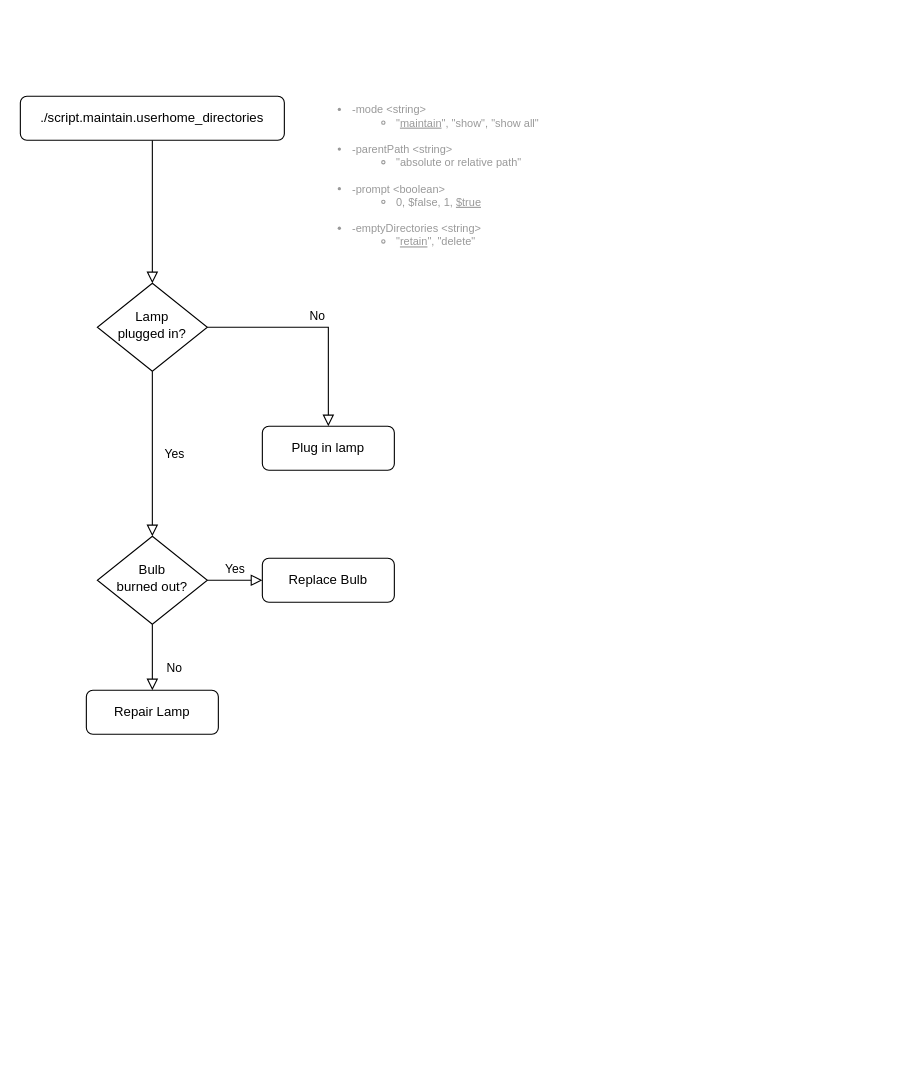
Above: maintain.userhome_directories/draw.maintain.userhome_directories.drawio in Turukmoorea/windows-scripts (draw.io), before the change. Source tidied: cells renumbered, new cells numbered last; positions are measured from the earlier drawing's top-left corner, leaving out a move shared by most shapes. Both pictures are drawn from the tidied source at 110%, with x=0, y=0 at pixel (20, 96).
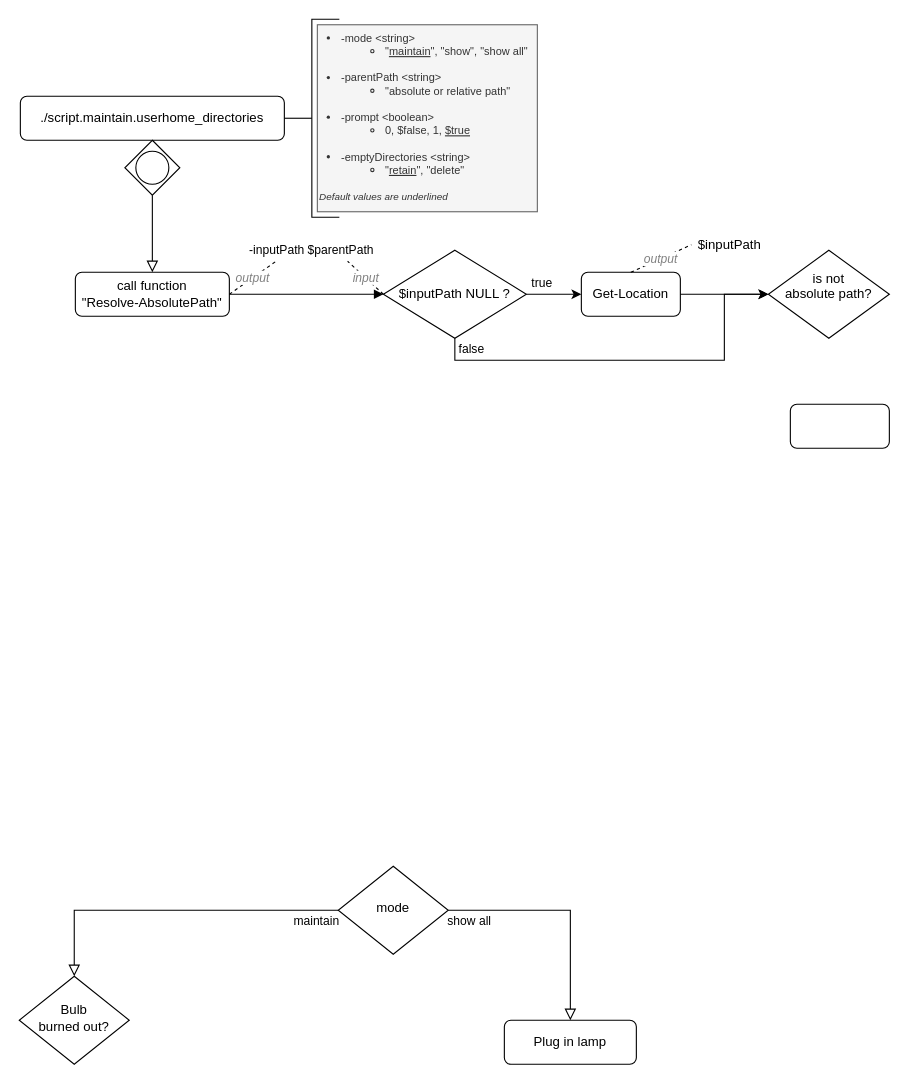
The same diagram, later.

The change refers to these unchanged cells:
```xml
<mxCell id="3" value="./script.maintain.userhome_directories" style="rounded=1;whiteSpace=wrap;html=1;fontSize=12;glass=0;strokeWidth=1;shadow=0;" parent="1" vertex="1">
  <mxGeometry width="240" height="40" as="geometry" />
</mxCell>
```

What changed in the source:
```diff
@@
-    <mxCell id="2" style="rounded=0;html=1;jettySize=auto;fontSize=11;endArrow=block;endFill=0;endSize=8;strokeWidth=1;shadow=0;labelBackgroundColor=none;edgeStyle=orthogonalEdgeStyle;" parent="1" edge="1" source="3" target="6">
+    <mxCell id="2" style="rounded=0;html=1;jettySize=auto;fontSize=11;endArrow=block;endFill=0;endSize=8;strokeWidth=1;shadow=0;labelBackgroundColor=none;edgeStyle=orthogonalEdgeStyle;exitX=0.5;exitY=1;exitDx=0;exitDy=0;exitPerimeter=0;entryX=0.5;entryY=0;entryDx=0;entryDy=0;" parent="1" edge="1" source="14" target="16">
       <mxGeometry relative="1" as="geometry" />
     </mxCell>
@@
-    <mxCell id="4" value="Yes" style="rounded=0;html=1;jettySize=auto;fontSize=11;endArrow=block;endFill=0;endSize=8;strokeWidth=1;shadow=0;labelBackgroundColor=none;edgeStyle=orthogonalEdgeStyle;" parent="1" edge="1" source="6" target="10">
-      <mxGeometry y="20" relative="1" as="geometry" />
+    <mxCell id="4" value="maintain" style="rounded=0;html=1;jettySize=auto;fontSize=11;endArrow=block;endFill=0;endSize=8;strokeWidth=1;shadow=0;labelBackgroundColor=none;edgeStyle=orthogonalEdgeStyle;" parent="1" edge="1" source="6" target="10">
+      <mxGeometry x="-0.87" y="10" relative="1" as="geometry" />
     </mxCell>
-    <mxCell id="5" value="No" style="edgeStyle=orthogonalEdgeStyle;rounded=0;html=1;jettySize=auto;fontSize=11;endArrow=block;endFill=0;endSize=8;strokeWidth=1;shadow=0;labelBackgroundColor=none;" parent="1" edge="1" source="6" target="7">
-      <mxGeometry y="10" relative="1" as="geometry" />
+    <mxCell id="5" value="show all" style="edgeStyle=orthogonalEdgeStyle;rounded=0;html=1;jettySize=auto;fontSize=11;endArrow=block;endFill=0;endSize=8;strokeWidth=1;shadow=0;labelBackgroundColor=none;" parent="1" edge="1" source="6" target="7">
+      <mxGeometry x="-0.82" y="-10" relative="1" as="geometry" />
     </mxCell>
-    <mxCell id="6" value="Lamp&lt;br&gt;plugged in?" style="rhombus;whiteSpace=wrap;html=1;shadow=0;fontFamily=Helvetica;fontSize=12;align=center;strokeWidth=1;spacing=6;spacingTop=-4;" parent="1" vertex="1">
-      <mxGeometry x="70" y="170" width="100" height="80" as="geometry" />
+    <mxCell id="6" value="mode" style="rhombus;whiteSpace=wrap;html=1;shadow=0;fontFamily=Helvetica;fontSize=12;align=center;strokeWidth=1;spacing=6;spacingTop=-4;" parent="1" vertex="1">
+      <mxGeometry x="289" y="700" width="100" height="80" as="geometry" />
     </mxCell>
     <mxCell id="7" value="Plug in lamp" style="rounded=1;whiteSpace=wrap;html=1;fontSize=12;glass=0;strokeWidth=1;shadow=0;" parent="1" vertex="1">
-      <mxGeometry x="220" y="300" width="120" height="40" as="geometry" />
+      <mxGeometry x="440" y="840" width="120" height="40" as="geometry" />
     </mxCell>
-    <mxCell id="8" value="No" style="rounded=0;html=1;jettySize=auto;fontSize=11;endArrow=block;endFill=0;endSize=8;strokeWidth=1;shadow=0;labelBackgroundColor=none;edgeStyle=orthogonalEdgeStyle;" parent="1" edge="1" source="10" target="11">
-      <mxGeometry x="0.33" y="20" relative="1" as="geometry" />
-    </mxCell>
-    <mxCell id="9" value="Yes" style="edgeStyle=orthogonalEdgeStyle;rounded=0;html=1;jettySize=auto;fontSize=11;endArrow=block;endFill=0;endSize=8;strokeWidth=1;shadow=0;labelBackgroundColor=none;" parent="1" edge="1" source="10" target="12">
-      <mxGeometry y="10" relative="1" as="geometry" />
-    </mxCell>
     <mxCell id="10" value="Bulb&lt;br&gt;burned out?" style="rhombus;whiteSpace=wrap;html=1;shadow=0;fontFamily=Helvetica;fontSize=12;align=center;strokeWidth=1;spacing=6;spacingTop=-4;" parent="1" vertex="1">
-      <mxGeometry x="70" y="400" width="100" height="80" as="geometry" />
+      <mxGeometry x="-1" y="800" width="100" height="80" as="geometry" />
     </mxCell>
-    <mxCell id="11" value="Repair Lamp" style="rounded=1;whiteSpace=wrap;html=1;fontSize=12;glass=0;strokeWidth=1;shadow=0;" parent="1" vertex="1">
-      <mxGeometry x="60" y="540" width="120" height="40" as="geometry" />
-    </mxCell>
-    <mxCell id="12" value="Replace Bulb" style="rounded=1;whiteSpace=wrap;html=1;fontSize=12;glass=0;strokeWidth=1;shadow=0;" parent="1" vertex="1">
-      <mxGeometry x="220" y="420" width="120" height="40" as="geometry" />
-    </mxCell>
-    <mxCell id="13" value="&lt;ul style=&quot;margin-top: 0px; margin-bottom: 12px; padding-left: 20px;&quot;&gt;&lt;li style=&quot;font-size: 10px;&quot;&gt;-mode &amp;lt;string&amp;gt;&lt;/li&gt;&lt;ul style=&quot;font-size: 10px;&quot;&gt;&lt;li style=&quot;font-size: 10px;&quot;&gt;&quot;&lt;u&gt;maintain&lt;/u&gt;&quot;, &quot;show&quot;, &quot;show all&quot;&lt;br&gt;&lt;br&gt;&lt;/li&gt;&lt;/ul&gt;&lt;li style=&quot;&quot;&gt;-parentPath &amp;lt;string&amp;gt;&lt;/li&gt;&lt;ul&gt;&lt;li style=&quot;&quot;&gt;&quot;absolute or relative path&quot;&lt;br&gt;&lt;br&gt;&lt;/li&gt;&lt;/ul&gt;&lt;li&gt;-prompt &amp;lt;boolean&amp;gt;&lt;/li&gt;&lt;ul&gt;&lt;li&gt;0, $false, 1, &lt;u&gt;$true&lt;/u&gt;&lt;br&gt;&lt;br&gt;&lt;/li&gt;&lt;/ul&gt;&lt;li&gt;-emptyDirectories &amp;lt;string&amp;gt;&lt;br&gt;&lt;/li&gt;&lt;ul&gt;&lt;li&gt;&quot;&lt;u&gt;retain&lt;/u&gt;&quot;, &quot;delete&quot;&lt;/li&gt;&lt;/ul&gt;&lt;/ul&gt;" style="text;html=1;align=left;verticalAlign=top;whiteSpace=wrap;rounded=0;textDirection=ltr;fontColor=#999999;fontSize=10;" parent="1" vertex="1">
-      <mxGeometry x="280" width="200" height="150" as="geometry" />
+    <mxCell id="13" value="&lt;ul style=&quot;margin-top: 0px; margin-bottom: 12px; padding-left: 20px;&quot;&gt;&lt;li style=&quot;font-size: 10px;&quot;&gt;-mode &amp;lt;string&amp;gt;&lt;/li&gt;&lt;ul style=&quot;font-size: 10px;&quot;&gt;&lt;li style=&quot;font-size: 10px;&quot;&gt;&quot;&lt;u&gt;maintain&lt;/u&gt;&quot;, &quot;show&quot;, &quot;show all&quot;&lt;br&gt;&lt;br&gt;&lt;/li&gt;&lt;/ul&gt;&lt;li style=&quot;&quot;&gt;-parentPath &amp;lt;string&amp;gt;&lt;/li&gt;&lt;ul&gt;&lt;li style=&quot;&quot;&gt;&quot;absolute or relative path&quot;&lt;br&gt;&lt;br&gt;&lt;/li&gt;&lt;/ul&gt;&lt;li&gt;-prompt &amp;lt;boolean&amp;gt;&lt;/li&gt;&lt;ul&gt;&lt;li&gt;0, $false, 1, &lt;u&gt;$true&lt;/u&gt;&lt;br&gt;&lt;br&gt;&lt;/li&gt;&lt;/ul&gt;&lt;li&gt;-emptyDirectories &amp;lt;string&amp;gt;&lt;br&gt;&lt;/li&gt;&lt;ul&gt;&lt;li&gt;&quot;&lt;u&gt;retain&lt;/u&gt;&quot;, &quot;delete&quot;&lt;/li&gt;&lt;/ul&gt;&lt;/ul&gt;&lt;div&gt;&lt;i&gt;&lt;font style=&quot;font-size: 9px;&quot;&gt;Default values are underlined&lt;/font&gt;&lt;/i&gt;&lt;br&gt;&lt;/div&gt;" style="text;html=1;align=left;verticalAlign=top;whiteSpace=wrap;rounded=0;textDirection=ltr;fontColor=#333333;fontSize=10;fillColor=#f5f5f5;strokeColor=#666666;" parent="1" vertex="1">
+      <mxGeometry x="270" y="-65" width="200" height="170" as="geometry" />
     </mxCell>
+    <mxCell id="14" style="points=[[0.25,0.25,0],[0.5,0,0],[0.75,0.25,0],[1,0.5,0],[0.75,0.75,0],[0.5,1,0],[0.25,0.75,0],[0,0.5,0]];shape=mxgraph.bpmn.gateway2;html=1;verticalLabelPosition=bottom;labelBackgroundColor=#ffffff;verticalAlign=top;align=center;perimeter=rhombusPerimeter;outlineConnect=0;outline=standard;symbol=general;" parent="1" vertex="1">
+      <mxGeometry x="95" y="40" width="50" height="50" as="geometry" />
+    </mxCell>
+    <mxCell id="15" style="html=1;shape=mxgraph.flowchart.annotation_2;align=left;labelPosition=right;" parent="1" vertex="1">
+      <mxGeometry x="240" y="-70" width="50" height="180" as="geometry" />
+    </mxCell>
+    <mxCell id="16" value="call function&lt;div&gt;&quot;Resolve-AbsolutePath&quot;&lt;/div&gt;" style="rounded=1;whiteSpace=wrap;html=1;fontSize=12;glass=0;strokeWidth=1;shadow=0;" parent="1" vertex="1">
+      <mxGeometry x="50" y="160" width="140" height="40" as="geometry" />
+    </mxCell>
+    <mxCell id="17" style="html=1;verticalAlign=bottom;endArrow=block;curved=0;rounded=0;entryX=0;entryY=0.5;entryDx=0;entryDy=0;exitX=1;exitY=0.5;exitDx=0;exitDy=0;" parent="1" edge="1" source="16" target="18">
+      <mxGeometry relative="1" as="geometry" />
+    </mxCell>
+    <mxCell id="18" value="$inputPath NULL ?" style="rhombus;whiteSpace=wrap;html=1;fontSize=12;" parent="1" vertex="1">
+      <mxGeometry x="330" y="140" width="130" height="80" as="geometry" />
+    </mxCell>
+    <mxCell id="19" value="Get-Location" style="rounded=1;whiteSpace=wrap;html=1;" parent="1" vertex="1">
+      <mxGeometry x="510" y="160" width="90" height="40" as="geometry" />
+    </mxCell>
+    <mxCell id="20" value="true" style="endArrow=classic;html=1;rounded=0;exitX=1;exitY=0.5;exitDx=0;exitDy=0;entryX=0;entryY=0.5;entryDx=0;entryDy=0;" parent="1" edge="1" source="18" target="19">
+      <mxGeometry x="-0.43" y="10" relative="1" as="geometry" />
+    </mxCell>
+    <mxCell id="21" value="output" style="endArrow=none;dashed=1;html=1;rounded=0;exitX=0.5;exitY=0;exitDx=0;exitDy=0;entryX=0;entryY=0.5;entryDx=0;entryDy=0;fontStyle=2;fontColor=#808080;" parent="1" edge="1" source="19" target="22">
+      <mxGeometry relative="1" as="geometry" />
+    </mxCell>
+    <mxCell id="22" value="&lt;span style=&quot;background-color: initial;&quot;&gt;$inputPath&lt;/span&gt;" style="text;html=1;align=center;verticalAlign=middle;whiteSpace=wrap;rounded=0;" parent="1" vertex="1">
+      <mxGeometry x="610" y="120" width="70" height="30" as="geometry" />
+    </mxCell>
+    <mxCell id="23" value="false" style="endArrow=classic;html=1;rounded=0;exitX=0.5;exitY=1;exitDx=0;exitDy=0;edgeStyle=orthogonalEdgeStyle;entryX=0;entryY=0.5;entryDx=0;entryDy=0;" parent="1" edge="1" source="18" target="24">
+      <mxGeometry x="-0.81" y="10" relative="1" as="geometry">
+        <Array as="points">
+          <mxPoint x="395" y="240" />
+          <mxPoint x="640" y="240" />
+          <mxPoint x="640" y="180" />
+        </Array>
+      </mxGeometry>
+    </mxCell>
+    <mxCell id="24" value="is not&lt;div&gt;absolute path?&lt;/div&gt;&lt;div&gt;&lt;br&gt;&lt;/div&gt;" style="rhombus;whiteSpace=wrap;html=1;fontSize=12;" parent="1" vertex="1">
+      <mxGeometry x="680" y="140" width="110" height="80" as="geometry" />
+    </mxCell>
+    <mxCell id="25" style="endArrow=classic;html=1;rounded=0;exitX=1;exitY=0.5;exitDx=0;exitDy=0;entryX=0;entryY=0.5;entryDx=0;entryDy=0;" parent="1" edge="1" source="19" target="24">
+      <mxGeometry x="-0.43" y="10" relative="1" as="geometry" />
+    </mxCell>
+    <mxCell id="26" value="output" style="endArrow=none;dashed=1;html=1;rounded=0;exitX=1;exitY=0.5;exitDx=0;exitDy=0;entryX=0.25;entryY=1;entryDx=0;entryDy=0;fontStyle=2;fontColor=#808080;" parent="1" edge="1" source="16" target="27">
+      <mxGeometry x="0.01" relative="1" as="geometry" />
+    </mxCell>
+    <mxCell id="27" value="&lt;div&gt;&lt;span style=&quot;background-color: rgb(255, 255, 255); font-size: 11px; text-wrap: nowrap;&quot;&gt;-inputPath $parentPath&lt;/span&gt;&lt;br&gt;&lt;/div&gt;" style="text;html=1;align=center;verticalAlign=middle;whiteSpace=wrap;rounded=0;" parent="1" vertex="1">
+      <mxGeometry x="200" y="130" width="130" height="20" as="geometry" />
+    </mxCell>
+    <mxCell id="28" value="input" style="endArrow=none;dashed=1;html=1;rounded=0;exitX=0;exitY=0.5;exitDx=0;exitDy=0;entryX=0.75;entryY=1;entryDx=0;entryDy=0;fontStyle=2;fontColor=#808080;" parent="1" edge="1" source="18" target="27">
+      <mxGeometry relative="1" as="geometry" />
+    </mxCell>
+    <mxCell id="29" style="rounded=1;whiteSpace=wrap;html=1;" parent="1" vertex="1">
+      <mxGeometry x="700" y="280" width="90" height="40" as="geometry" />
+    </mxCell>
```
